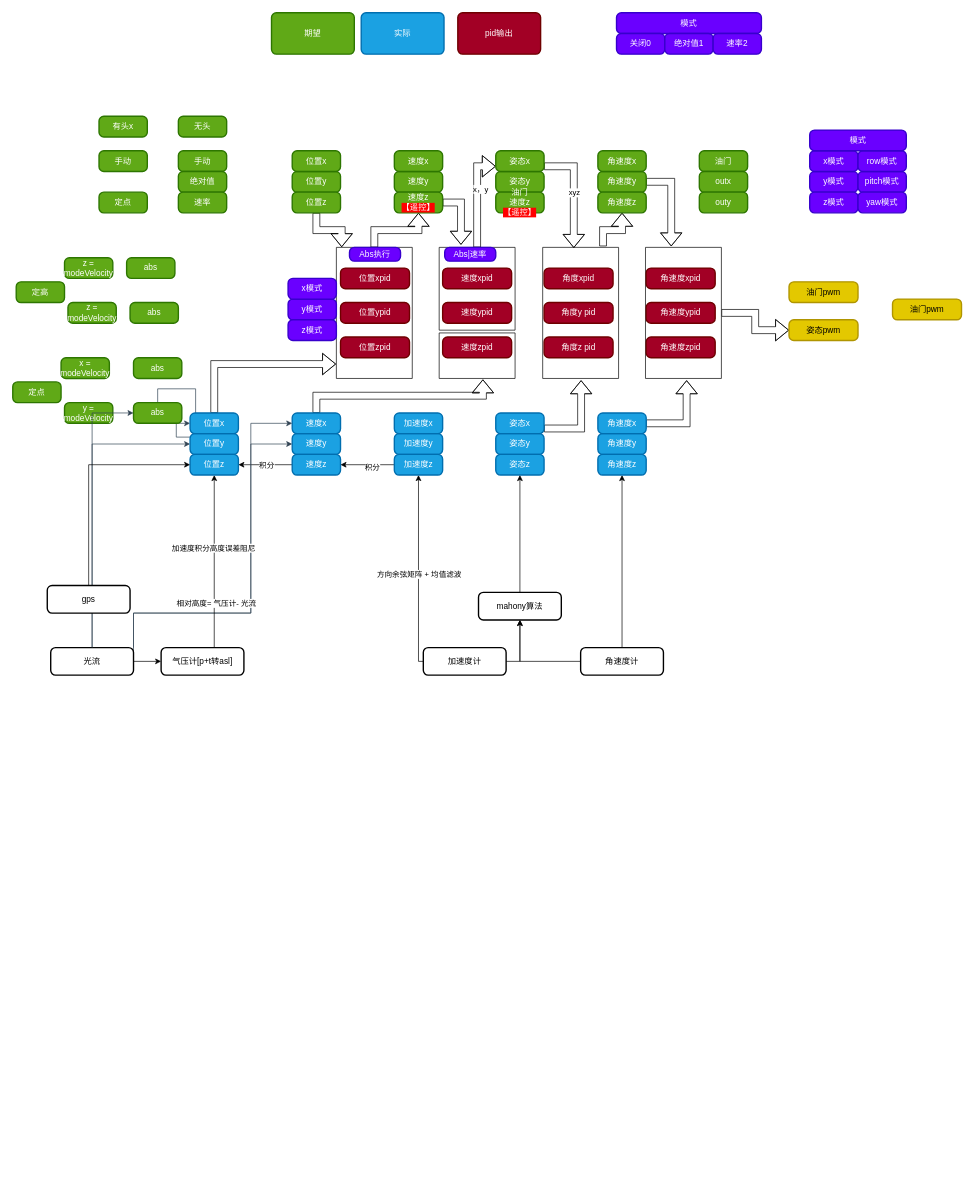
renxinlin/- keeps this draw.io diagram as fly.drawio. Above is the earlier version. Source tidied: cells renumbered, new cells numbered last; positions are measured from the earlier drawing's top-left corner, leaving out a move shared by most shapes. Both pictures are drawn from the tidied source at 69%, with x=0, y=0 at pixel (12, 12).
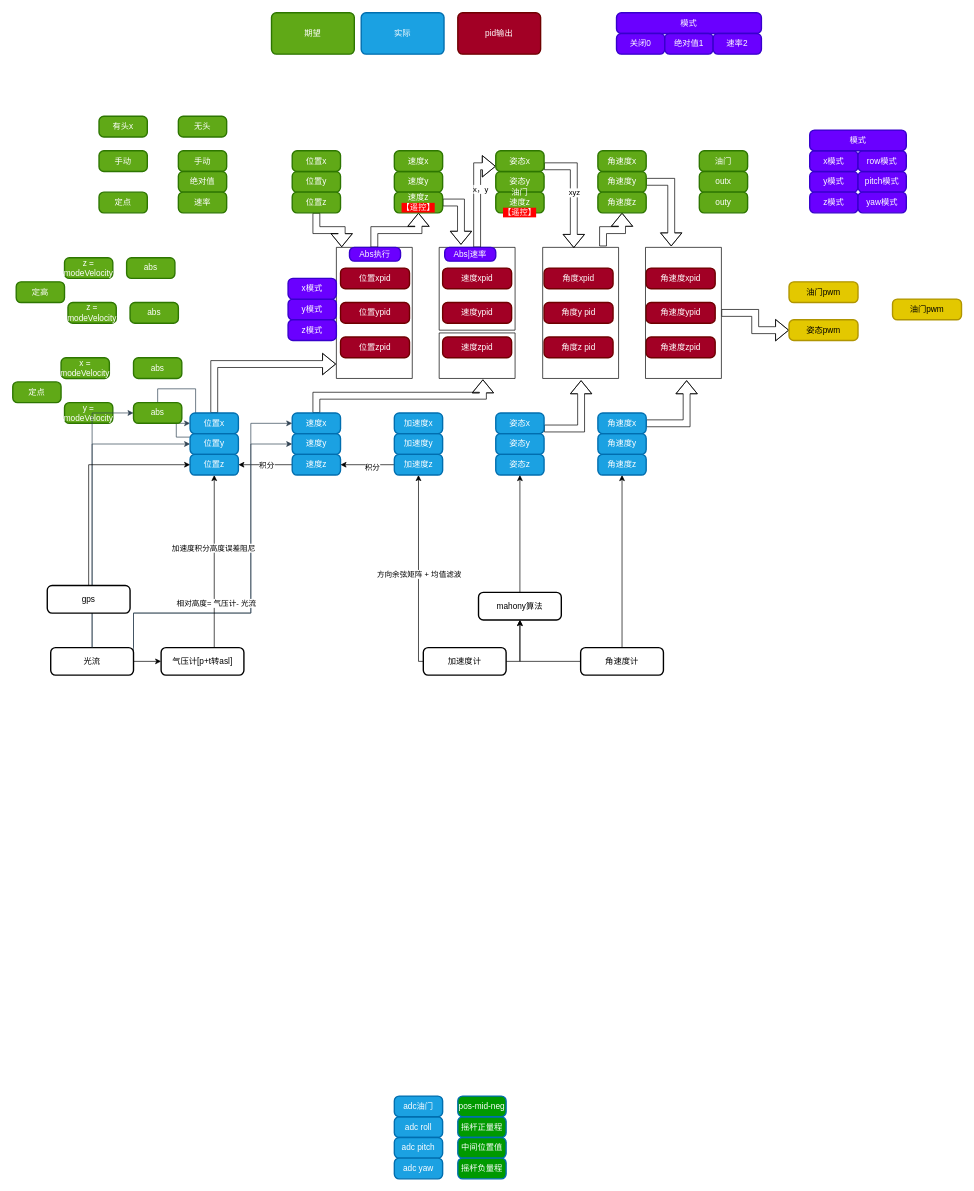
After the change.

Change to the diagram source:
```diff
@@
+    <mxCell id="128" value="adc roll" style="rounded=1;whiteSpace=wrap;html=1;absoluteArcSize=1;arcSize=14;strokeWidth=2;fillColor=#1ba1e2;fontColor=#ffffff;strokeColor=#006EAF;" parent="1" vertex="1">
+      <mxGeometry x="553" y="1600" width="70" height="30" as="geometry" />
+    </mxCell>
+    <mxCell id="129" value="adc pitch" style="rounded=1;whiteSpace=wrap;html=1;absoluteArcSize=1;arcSize=14;strokeWidth=2;fillColor=#1ba1e2;fontColor=#ffffff;strokeColor=#006EAF;" parent="1" vertex="1">
+      <mxGeometry x="553" y="1630" width="70" height="30" as="geometry" />
+    </mxCell>
+    <mxCell id="130" value="adc油门" style="rounded=1;whiteSpace=wrap;html=1;absoluteArcSize=1;arcSize=14;strokeWidth=2;fillColor=#1ba1e2;fontColor=#ffffff;strokeColor=#006EAF;" parent="1" vertex="1">
+      <mxGeometry x="553" y="1570" width="70" height="30" as="geometry" />
+    </mxCell>
+    <mxCell id="131" value="adc yaw" style="rounded=1;whiteSpace=wrap;html=1;absoluteArcSize=1;arcSize=14;strokeWidth=2;fillColor=#1ba1e2;fontColor=#ffffff;strokeColor=#006EAF;" parent="1" vertex="1">
+      <mxGeometry x="553" y="1660" width="70" height="30" as="geometry" />
+    </mxCell>
+    <mxCell id="132" value="摇杆正量程" style="rounded=1;whiteSpace=wrap;html=1;absoluteArcSize=1;arcSize=14;strokeWidth=2;fillColor=#009900;fontColor=#ffffff;strokeColor=#006EAF;" parent="1" vertex="1">
+      <mxGeometry x="645" y="1600" width="70" height="30" as="geometry" />
+    </mxCell>
+    <mxCell id="133" value="中间位置值" style="rounded=1;whiteSpace=wrap;html=1;absoluteArcSize=1;arcSize=14;strokeWidth=2;fillColor=#009900;fontColor=#ffffff;strokeColor=#006EAF;" parent="1" vertex="1">
+      <mxGeometry x="645" y="1630" width="70" height="30" as="geometry" />
+    </mxCell>
+    <mxCell id="134" value="pos-mid-neg" style="rounded=1;whiteSpace=wrap;html=1;absoluteArcSize=1;arcSize=14;strokeWidth=2;fillColor=#009900;fontColor=#ffffff;strokeColor=#006EAF;" parent="1" vertex="1">
+      <mxGeometry x="645" y="1570" width="70" height="30" as="geometry" />
+    </mxCell>
+    <mxCell id="135" value="摇杆负量程" style="rounded=1;whiteSpace=wrap;html=1;absoluteArcSize=1;arcSize=14;strokeWidth=2;fillColor=#009900;fontColor=#ffffff;strokeColor=#006EAF;" parent="1" vertex="1">
+      <mxGeometry x="645" y="1660" width="70" height="30" as="geometry" />
+    </mxCell>
```
